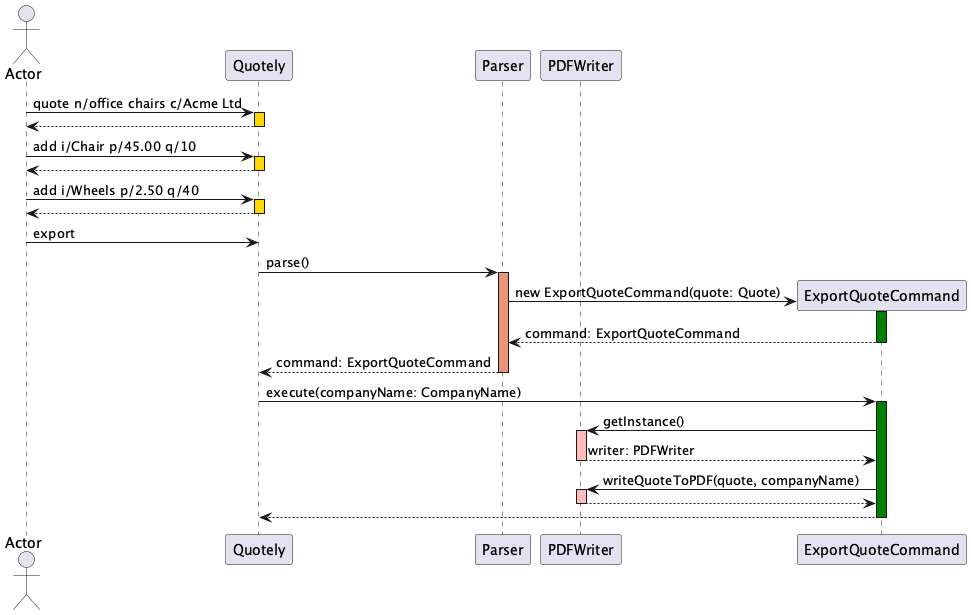
Tanjy55/tp keeps this PlantUML diagram as docs/src/ExportFeature.png. Above is the earlier version. Its diagram source:
```plantuml
@startuml
actor Actor
participant Quotely
participant Parser
participant PDFWriter


Actor -> Quotely ++ #Gold: quote n/office chairs c/Acme Ltd
return

Actor -> Quotely ++ #Gold: add i/Chair p/45.00 q/10
return

Actor -> Quotely ++ #Gold: add i/Wheels p/2.50 q/40
return

Actor -> Quotely: export

Quotely -> Parser ++ #DarkSalmon: parse()

Parser -> ExportQuoteCommand **: new ExportQuoteCommand(quote: Quote)
activate ExportQuoteCommand #Green
return command: ExportQuoteCommand

return command: ExportQuoteCommand

Quotely -> ExportQuoteCommand ++ #Green: execute(companyName: CompanyName)
ExportQuoteCommand -> PDFWriter ++ #FFBBBB: getInstance()
return writer: PDFWriter

ExportQuoteCommand -> PDFWriter ++ #FFBBBB: writeQuoteToPDF(quote, companyName)
return

return

@enduml
```
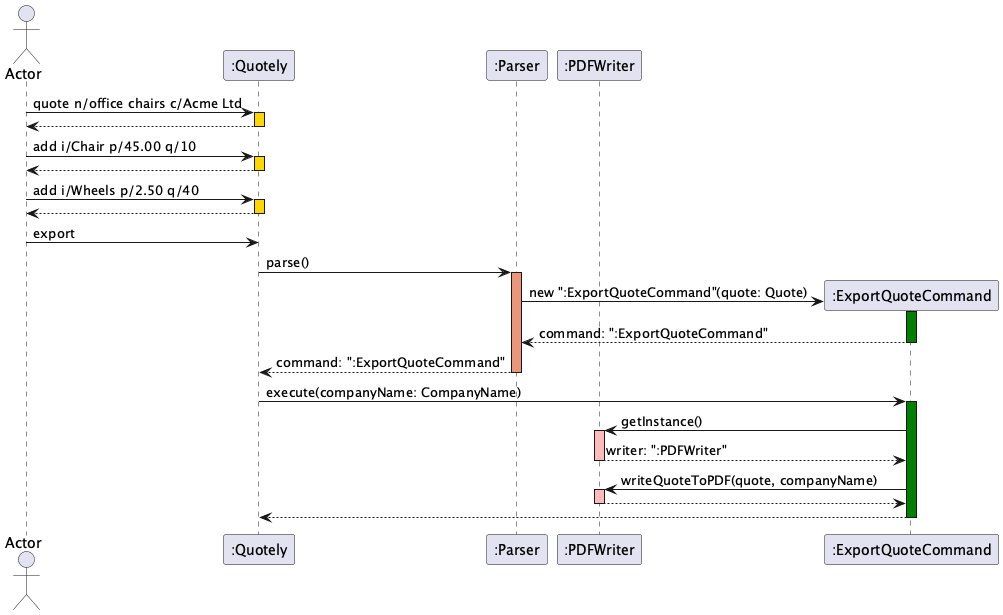
Later version of the same file.

Change to the diagram source:
```diff
@@ -1,34 +1,34 @@
 @startuml
 actor Actor
-participant Quotely
-participant Parser
-participant PDFWriter
+participant ":Quotely"
+participant ":Parser"
+participant ":PDFWriter"
 
 
-Actor -> Quotely ++ #Gold: quote n/office chairs c/Acme Ltd
+Actor -> ":Quotely" ++ #Gold: quote n/office chairs c/Acme Ltd
 return
 
-Actor -> Quotely ++ #Gold: add i/Chair p/45.00 q/10
+Actor -> ":Quotely" ++ #Gold: add i/Chair p/45.00 q/10
 return
 
-Actor -> Quotely ++ #Gold: add i/Wheels p/2.50 q/40
+Actor -> ":Quotely" ++ #Gold: add i/Wheels p/2.50 q/40
 return
 
-Actor -> Quotely: export
+Actor -> ":Quotely": export
 
-Quotely -> Parser ++ #DarkSalmon: parse()
+":Quotely" -> ":Parser" ++ #DarkSalmon: parse()
 
-Parser -> ExportQuoteCommand **: new ExportQuoteCommand(quote: Quote)
-activate ExportQuoteCommand #Green
-return command: ExportQuoteCommand
+":Parser" -> ":ExportQuoteCommand" **: new ":ExportQuoteCommand"(quote: Quote)
+activate ":ExportQuoteCommand" #Green
+return command: ":ExportQuoteCommand"
 
-return command: ExportQuoteCommand
+return command: ":ExportQuoteCommand"
 
-Quotely -> ExportQuoteCommand ++ #Green: execute(companyName: CompanyName)
-ExportQuoteCommand -> PDFWriter ++ #FFBBBB: getInstance()
-return writer: PDFWriter
+":Quotely" -> ":ExportQuoteCommand" ++ #Green: execute(companyName: CompanyName)
+":ExportQuoteCommand" -> ":PDFWriter" ++ #FFBBBB: getInstance()
+return writer: ":PDFWriter"
 
-ExportQuoteCommand -> PDFWriter ++ #FFBBBB: writeQuoteToPDF(quote, companyName)
+":ExportQuoteCommand" -> ":PDFWriter" ++ #FFBBBB: writeQuoteToPDF(quote, companyName)
 return
 
 return
```
